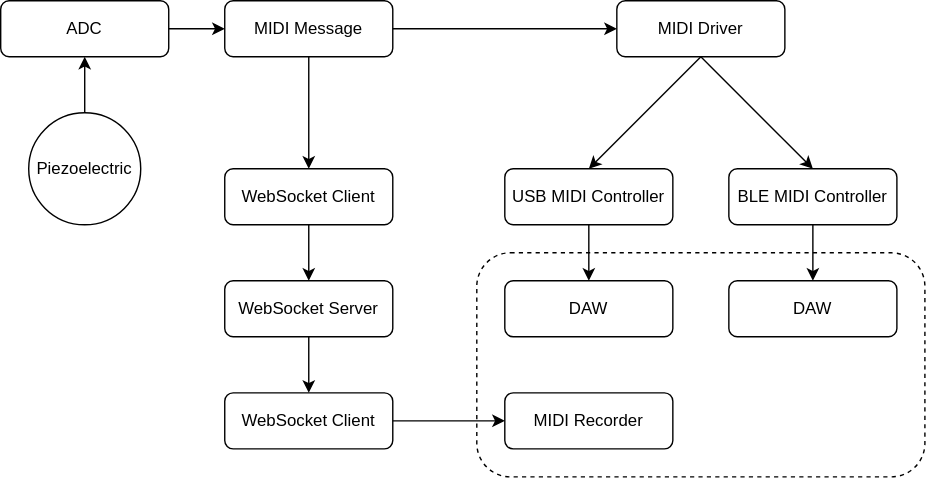
kamshory/ESP32DrumPad keeps this draw.io diagram as images/flow.drawio.svg. Above is the earlier version. Source tidied: cells renumbered, new cells last; positions are measured from the earlier drawing's top-left corner, leaving out a move shared by most shapes.
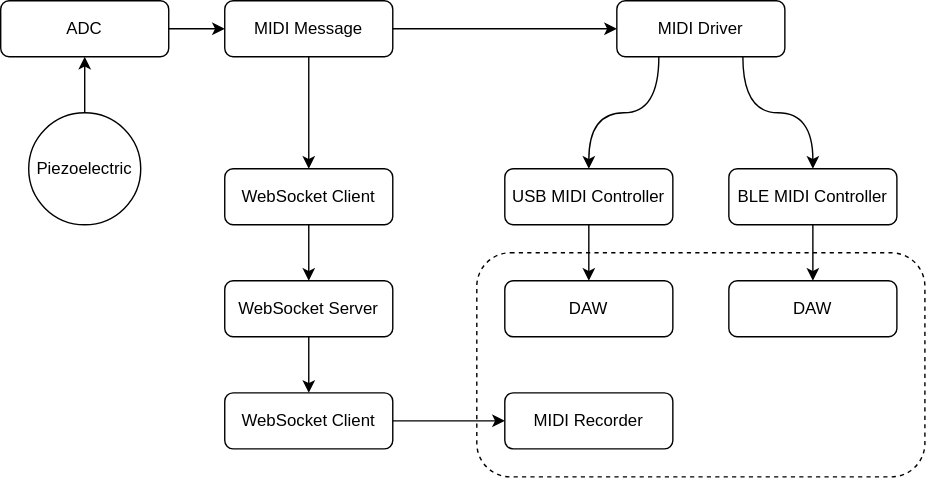
The same diagram one commit later.

Change to the diagram source:
```diff
@@ -51,10 +51,10 @@
         <mxPoint x="280" y="300" as="sourcePoint" />
       </mxGeometry>
     </mxCell>
-    <mxCell id="17" style="endArrow=classic;html=1;rounded=0;exitX=0.5;exitY=1;exitDx=0;exitDy=0;entryX=0.5;entryY=0;entryDx=0;entryDy=0;" parent="1" edge="1" source="4" target="5">
+    <mxCell id="17" style="endArrow=classic;html=1;rounded=0;exitX=0.25;exitY=1;exitDx=0;exitDy=0;entryX=0.5;entryY=0;entryDx=0;entryDy=0;edgeStyle=orthogonalEdgeStyle;curved=1;" parent="1" edge="1" source="4" target="5">
       <mxGeometry relative="1" as="geometry" />
     </mxCell>
-    <mxCell id="18" style="endArrow=classic;html=1;rounded=0;exitX=0.5;exitY=1;exitDx=0;exitDy=0;entryX=0.5;entryY=0;entryDx=0;entryDy=0;" parent="1" edge="1" source="4" target="6">
+    <mxCell id="18" style="endArrow=classic;html=1;rounded=0;exitX=0.75;exitY=1;exitDx=0;exitDy=0;entryX=0.5;entryY=0;entryDx=0;entryDy=0;edgeStyle=orthogonalEdgeStyle;curved=1;" parent="1" edge="1" source="4" target="6">
       <mxGeometry relative="1" as="geometry" />
     </mxCell>
     <mxCell id="19" value="DAW" style="rounded=1;whiteSpace=wrap;html=1;" parent="1" vertex="1">
```
